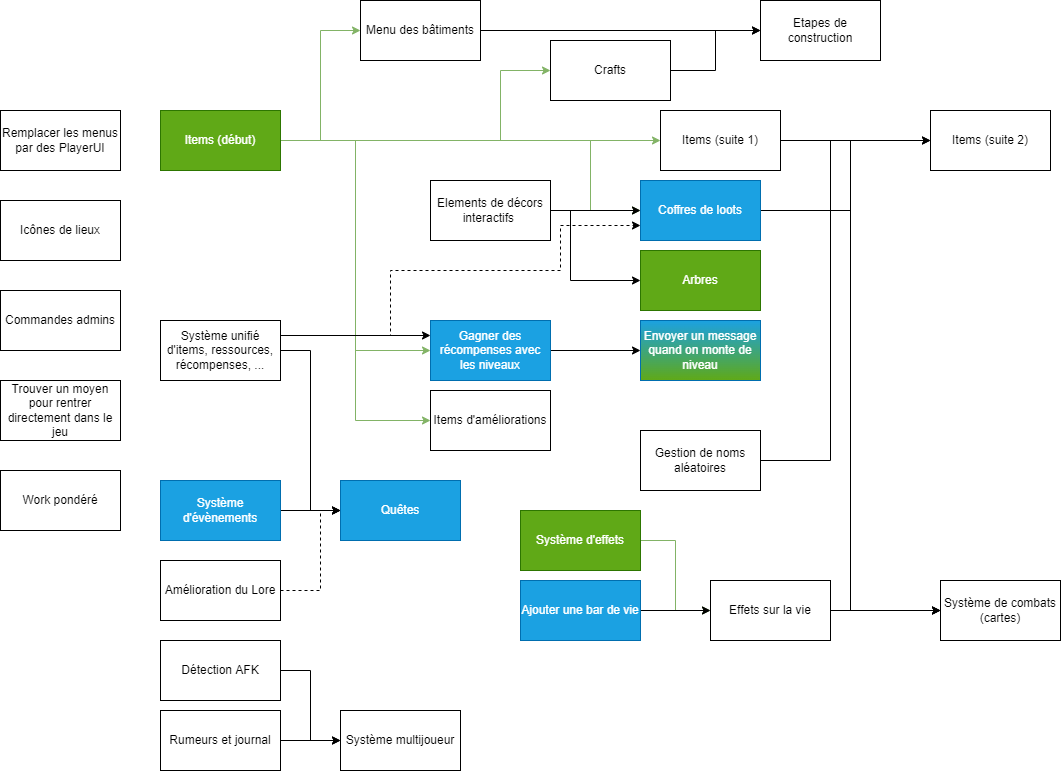
Above: todo_graph.png in Alexiscomete/A-Discord-Adventure (draw.io), before the change. Source tidied: cells renumbered, new cells last; positions are measured from the earlier drawing's top-left corner, leaving out a move shared by most shapes.
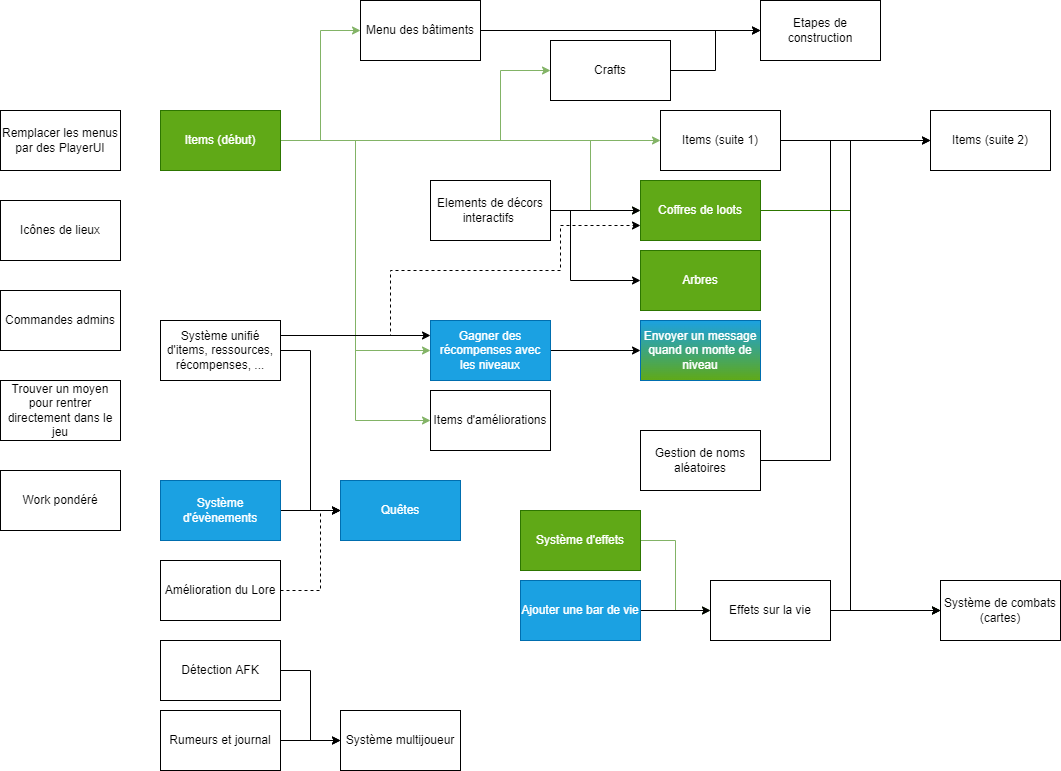
Above is the later version.

Commit message:
Fix: updatez todo_graph.png with Loots

Diff of the diagram source:
```diff
@@ -56,7 +56,7 @@
     <mxCell id="14" value="Elements de décors interactifs&amp;nbsp;" style="whiteSpace=wrap;html=1;" parent="1" vertex="1">
       <mxGeometry x="430" y="180" width="120" height="60" as="geometry" />
     </mxCell>
-    <mxCell id="15" style="edgeStyle=orthogonalEdgeStyle;rounded=0;jettySize=auto;html=1;exitX=1;exitY=0.5;exitDx=0;exitDy=0;entryX=0;entryY=0.5;entryDx=0;entryDy=0;" parent="1" edge="1" source="16" target="40">
+    <mxCell id="15" style="edgeStyle=orthogonalEdgeStyle;rounded=0;jettySize=auto;html=1;exitX=1;exitY=0.5;exitDx=0;exitDy=0;entryX=0;entryY=0.5;entryDx=0;entryDy=0;fillColor=#60a917;strokeColor=#2D7600;" parent="1" edge="1" source="16" target="40">
       <mxGeometry relative="1" as="geometry">
         <Array as="points">
           <mxPoint x="850" y="210" />
@@ -64,7 +64,7 @@
         </Array>
       </mxGeometry>
     </mxCell>
-    <mxCell id="16" value="Coffres de loots" style="whiteSpace=wrap;html=1;fillColor=#1ba1e2;strokeColor=#006EAF;fontColor=#ffffff;" parent="1" vertex="1">
+    <mxCell id="16" value="Coffres de loots" style="whiteSpace=wrap;html=1;fillColor=#60a917;strokeColor=#2D7600;fontColor=#ffffff;" parent="1" vertex="1">
       <mxGeometry x="640" y="180" width="120" height="60" as="geometry" />
     </mxCell>
     <mxCell id="17" style="edgeStyle=orthogonalEdgeStyle;rounded=0;jettySize=auto;html=1;exitX=1;exitY=0.5;exitDx=0;exitDy=0;" parent="1" edge="1" source="19" target="29">
```
